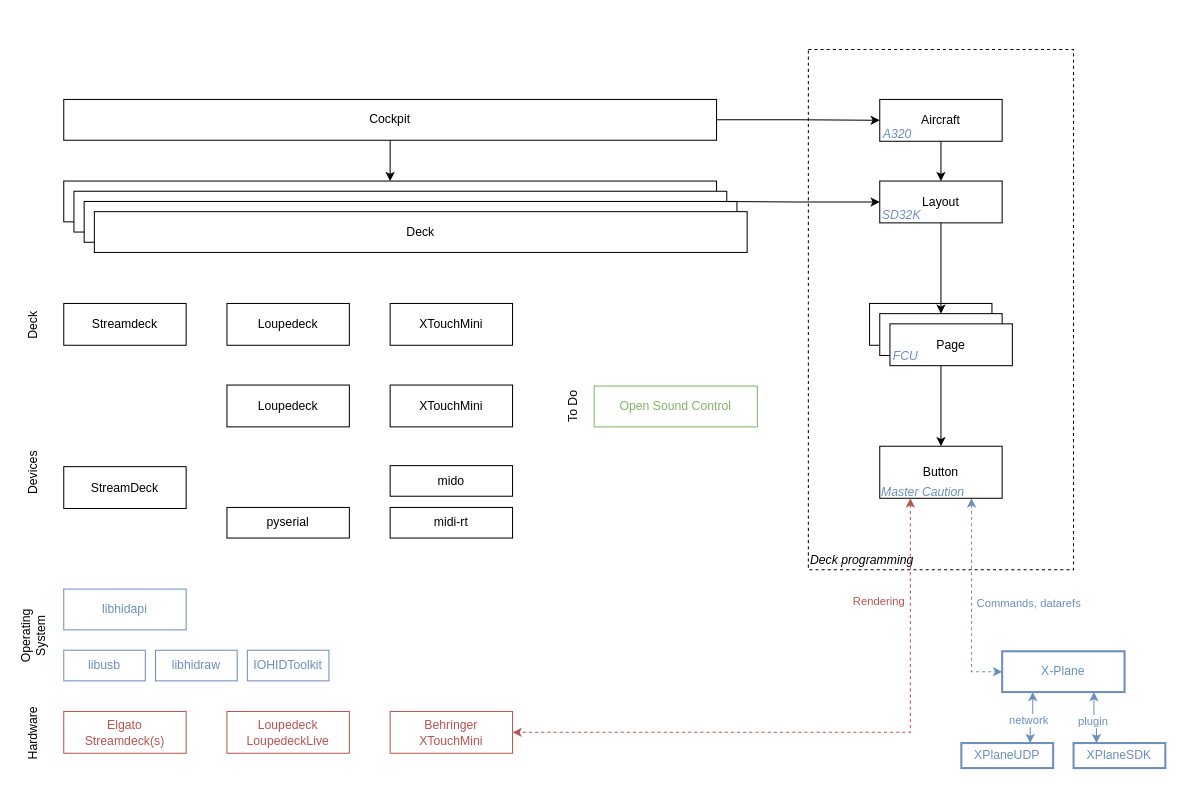
Above: docs/cockpitdecks.drawio in devleaks/cockpitdecks (draw.io), before the change. Source tidied: cells renumbered, new cells numbered last; positions are measured from the earlier drawing's top-left corner, leaving out a move shared by most shapes. Both pictures are drawn from the tidied source at 102%, with x=0, y=0 at pixel (2, 49). Pictures stored in the file or linked from it are replaced by grey dashed boxes.
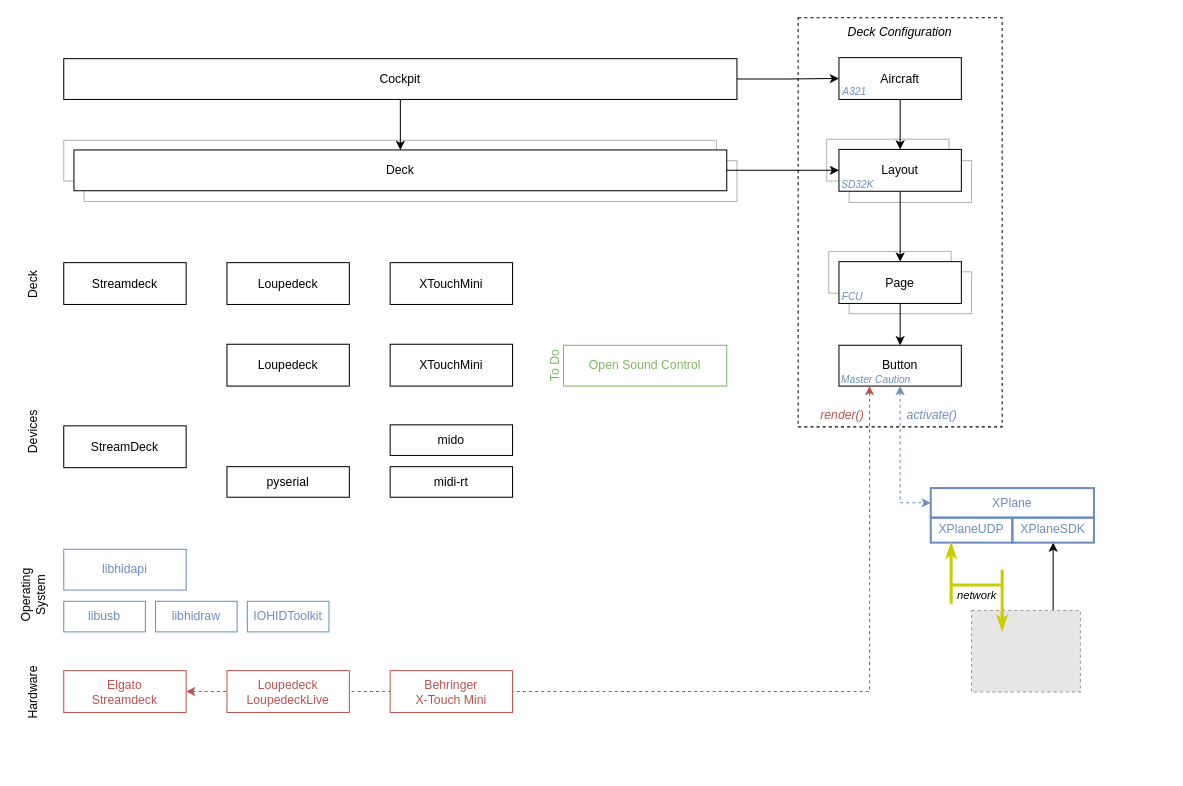
After the change.

The edit, as a diff of the source:
```diff
@@
-    <mxCell id="2" value="Deck programming" style="rounded=0;whiteSpace=wrap;html=1;strokeColor=#000000;fontColor=#000000;fillColor=none;dashed=1;strokeWidth=1;verticalAlign=bottom;align=left;fontStyle=2;" parent="1" vertex="1">
-      <mxGeometry x="790" width="260" height="510" as="geometry" />
+    <mxCell id="2" value="Deck Configuration" style="rounded=0;whiteSpace=wrap;html=1;strokeColor=#000000;fontColor=#000000;fillColor=none;dashed=1;strokeWidth=1;verticalAlign=top;align=center;fontStyle=2;" parent="1" vertex="1">
+      <mxGeometry x="780" y="-31" width="200" height="401" as="geometry" />
     </mxCell>
+    <mxCell id="57" style="rounded=0;whiteSpace=wrap;html=1;strokeColor=#B3B3B3;" parent="1" vertex="1">
+      <mxGeometry x="830" y="109" width="120" height="41" as="geometry" />
+    </mxCell>
+    <mxCell id="27" style="rounded=0;whiteSpace=wrap;html=1;strokeColor=#B3B3B3;" parent="1" vertex="1">
+      <mxGeometry x="830" y="218" width="120" height="41" as="geometry" />
+    </mxCell>
+    <mxCell id="58" style="rounded=0;whiteSpace=wrap;html=1;strokeColor=#B3B3B3;" parent="1" vertex="1">
+      <mxGeometry x="808" y="88" width="120" height="41" as="geometry" />
+    </mxCell>
     <mxCell id="3" value="libhidapi" style="rounded=0;whiteSpace=wrap;html=1;fillColor=none;strokeColor=#6c8ebf;fontColor=#6C8EBF;" parent="1" vertex="1">
-      <mxGeometry x="60" y="529" width="120" height="40" as="geometry" />
+      <mxGeometry x="60" y="490" width="120" height="40" as="geometry" />
     </mxCell>
     <mxCell id="4" value="libusb" style="rounded=0;whiteSpace=wrap;html=1;fillColor=none;strokeColor=#6c8ebf;fontColor=#6C8EBF;" parent="1" vertex="1">
-      <mxGeometry x="60" y="589" width="80" height="30" as="geometry" />
+      <mxGeometry x="60" y="541" width="80" height="30" as="geometry" />
     </mxCell>
     <mxCell id="5" value="IOHIDToolkit" style="rounded=0;whiteSpace=wrap;html=1;fillColor=none;strokeColor=#6c8ebf;fontColor=#6C8EBF;" parent="1" vertex="1">
-      <mxGeometry x="240" y="589" width="80" height="30" as="geometry" />
+      <mxGeometry x="240" y="541" width="80" height="30" as="geometry" />
     </mxCell>
     <mxCell id="6" value="midi-rt" style="rounded=0;whiteSpace=wrap;html=1;" parent="1" vertex="1">
-      <mxGeometry x="380" y="449" width="120" height="30" as="geometry" />
+      <mxGeometry x="380" y="409" width="120" height="30" as="geometry" />
     </mxCell>
     <mxCell id="7" value="mido" style="rounded=0;whiteSpace=wrap;html=1;" parent="1" vertex="1">
-      <mxGeometry x="380" y="408" width="120" height="30" as="geometry" />
+      <mxGeometry x="380" y="368" width="120" height="30" as="geometry" />
     </mxCell>
     <mxCell id="8" value="StreamDeck" style="rounded=0;whiteSpace=wrap;html=1;" parent="1" vertex="1">
-      <mxGeometry x="60" y="409" width="120" height="41" as="geometry" />
+      <mxGeometry x="60" y="369" width="120" height="41" as="geometry" />
     </mxCell>
     <mxCell id="9" value="XTouchMini" style="rounded=0;whiteSpace=wrap;html=1;" parent="1" vertex="1">
-      <mxGeometry x="380" y="329" width="120" height="41" as="geometry" />
+      <mxGeometry x="380" y="289" width="120" height="41" as="geometry" />
     </mxCell>
     <mxCell id="10" value="pyserial" style="rounded=0;whiteSpace=wrap;html=1;" parent="1" vertex="1">
-      <mxGeometry x="220" y="449" width="120" height="30" as="geometry" />
+      <mxGeometry x="220" y="409" width="120" height="30" as="geometry" />
     </mxCell>
     <mxCell id="11" value="Loupedeck" style="rounded=0;whiteSpace=wrap;html=1;" parent="1" vertex="1">
-      <mxGeometry x="220" y="329" width="120" height="41" as="geometry" />
+      <mxGeometry x="220" y="289" width="120" height="41" as="geometry" />
     </mxCell>
     <mxCell id="12" value="libhidraw" style="rounded=0;whiteSpace=wrap;html=1;fillColor=none;strokeColor=#6c8ebf;fontColor=#6C8EBF;" parent="1" vertex="1">
-      <mxGeometry x="150" y="589" width="80" height="30" as="geometry" />
+      <mxGeometry x="150" y="541" width="80" height="30" as="geometry" />
     </mxCell>
     <mxCell id="13" value="Streamdeck" style="rounded=0;whiteSpace=wrap;html=1;" parent="1" vertex="1">
-      <mxGeometry x="60" y="249" width="120" height="41" as="geometry" />
+      <mxGeometry x="60" y="209" width="120" height="41" as="geometry" />
     </mxCell>
     <mxCell id="14" value="XTouchMini" style="rounded=0;whiteSpace=wrap;html=1;" parent="1" vertex="1">
-      <mxGeometry x="380" y="249" width="120" height="41" as="geometry" />
+      <mxGeometry x="380" y="209" width="120" height="41" as="geometry" />
     </mxCell>
     <mxCell id="15" value="Loupedeck" style="rounded=0;whiteSpace=wrap;html=1;" parent="1" vertex="1">
-      <mxGeometry x="220" y="249" width="120" height="41" as="geometry" />
+      <mxGeometry x="220" y="209" width="120" height="41" as="geometry" />
     </mxCell>
     <mxCell id="16" value="Devices" style="text;html=1;strokeColor=none;fillColor=none;align=center;verticalAlign=middle;whiteSpace=wrap;rounded=0;rotation=-90;" parent="1" vertex="1">
-      <mxGeometry y="400" width="60" height="30" as="geometry" />
+      <mxGeometry y="360" width="60" height="30" as="geometry" />
     </mxCell>
     <mxCell id="17" value="Deck" style="text;html=1;strokeColor=none;fillColor=none;align=center;verticalAlign=middle;whiteSpace=wrap;rounded=0;rotation=-90;" parent="1" vertex="1">
-      <mxGeometry y="255.5" width="60" height="30" as="geometry" />
+      <mxGeometry y="215.5" width="60" height="30" as="geometry" />
     </mxCell>
-    <mxCell id="18" style="rounded=0;whiteSpace=wrap;html=1;" parent="1" vertex="1">
-      <mxGeometry x="60" y="129" width="640" height="40" as="geometry" />
+    <mxCell id="18" style="rounded=0;whiteSpace=wrap;html=1;strokeColor=#B3B3B3;" parent="1" vertex="1">
+      <mxGeometry x="60" y="89" width="640" height="40" as="geometry" />
     </mxCell>
-    <mxCell id="19" style="rounded=0;whiteSpace=wrap;html=1;" parent="1" vertex="1">
-      <mxGeometry x="850" y="249" width="120" height="41" as="geometry" />
+    <mxCell id="19" style="rounded=0;whiteSpace=wrap;html=1;strokeColor=#B3B3B3;" parent="1" vertex="1">
+      <mxGeometry x="810" y="198" width="120" height="41" as="geometry" />
     </mxCell>
-    <mxCell id="20" style="rounded=0;whiteSpace=wrap;html=1;" parent="1" vertex="1">
-      <mxGeometry x="860" y="259" width="120" height="41" as="geometry" />
-    </mxCell>
-    <mxCell id="21" style="edgeStyle=orthogonalEdgeStyle;rounded=0;jettySize=auto;html=1;entryX=0;entryY=0.5;entryDx=0;entryDy=0;fontColor=#000000;strokeColor=#6C8EBF;startArrow=classic;startFill=1;strokeWidth=1;dashed=1;" parent="1" edge="1" source="25" target="49">
-      <mxGeometry relative="1" as="geometry">
-        <Array as="points">
-          <mxPoint x="950" y="610" />
-        </Array>
-      </mxGeometry>
+    <mxCell id="21" style="edgeStyle=orthogonalEdgeStyle;rounded=0;jettySize=auto;html=1;entryX=0;entryY=0.5;entryDx=0;entryDy=0;fontColor=#000000;strokeColor=#6C8EBF;startArrow=classic;startFill=1;strokeWidth=1;dashed=1;exitX=0.5;exitY=1;exitDx=0;exitDy=0;" parent="1" edge="1" source="25" target="49">
+      <mxGeometry relative="1" as="geometry" />
     </mxCell>
-    <mxCell id="22" value="Commands, datarefs" style="edgeLabel;html=1;align=center;verticalAlign=middle;fontColor=#6C8EBF;" parent="21" vertex="1">
-      <mxGeometry x="0.38" y="2" relative="1" as="geometry">
-        <mxPoint x="53" y="-36" as="offset" />
-      </mxGeometry>
-    </mxCell>
+    <mxCell id="59" value="&lt;span style=&quot;color: rgb(108, 142, 191); font-style: italic;&quot;&gt;activate()&lt;/span&gt;" style="edgeLabel;html=1;align=center;verticalAlign=middle;fontSize=12;" parent="21" vertex="1">
+      <mxGeometry x="-0.22" y="-1" relative="1" as="geometry">
+        <mxPoint x="31" y="-28" as="offset" />
+      </mxGeometry>
+    </mxCell>
-    <mxCell id="23" style="edgeStyle=orthogonalEdgeStyle;rounded=0;jettySize=auto;html=1;exitX=0.25;exitY=1;exitDx=0;exitDy=0;entryX=1;entryY=0.5;entryDx=0;entryDy=0;dashed=1;strokeColor=#B85450;strokeWidth=1;fontColor=#000000;startArrow=classic;startFill=1;" parent="1" edge="1" source="25" target="40">
+    <mxCell id="23" style="edgeStyle=orthogonalEdgeStyle;rounded=0;jettySize=auto;html=1;exitX=0.25;exitY=1;exitDx=0;exitDy=0;entryX=1;entryY=0.5;entryDx=0;entryDy=0;dashed=1;strokeColor=#B85450;strokeWidth=1;fontColor=#000000;startArrow=classic;startFill=1;" parent="1" edge="1" source="25" target="38">
       <mxGeometry relative="1" as="geometry" />
     </mxCell>
-    <mxCell id="24" value="Rendering" style="edgeLabel;html=1;align=center;verticalAlign=middle;fontColor=#B85450;" parent="23" vertex="1">
+    <mxCell id="24" value="render()" style="edgeLabel;html=1;align=center;verticalAlign=middle;fontColor=#B85450;fontSize=12;fontStyle=2;" parent="23" vertex="1">
       <mxGeometry x="0.51" y="-1" relative="1" as="geometry">
-        <mxPoint x="207" y="-128" as="offset" />
+        <mxPoint x="405" y="-270" as="offset" />
       </mxGeometry>
     </mxCell>
     <mxCell id="25" value="Button" style="rounded=0;whiteSpace=wrap;html=1;" parent="1" vertex="1">
-      <mxGeometry x="860" y="389" width="120" height="51" as="geometry" />
+      <mxGeometry x="820" y="290" width="120" height="40" as="geometry" />
     </mxCell>
@@
-    <mxCell id="27" value="Page" style="rounded=0;whiteSpace=wrap;html=1;" parent="1" vertex="1">
-      <mxGeometry x="870" y="269" width="120" height="41" as="geometry" />
-    </mxCell>
@@
     <mxCell id="29" value="Layout" style="rounded=0;whiteSpace=wrap;html=1;" parent="1" vertex="1">
-      <mxGeometry x="860" y="129" width="120" height="41" as="geometry" />
+      <mxGeometry x="820" y="98" width="120" height="41" as="geometry" />
     </mxCell>
@@
     <mxCell id="31" value="Aircraft" style="rounded=0;whiteSpace=wrap;html=1;" parent="1" vertex="1">
-      <mxGeometry x="860" y="49" width="120" height="41" as="geometry" />
+      <mxGeometry x="820" y="8" width="120" height="41" as="geometry" />
     </mxCell>
-    <mxCell id="32" style="rounded=0;whiteSpace=wrap;html=1;" parent="1" vertex="1">
-      <mxGeometry x="70" y="139" width="640" height="40" as="geometry" />
-    </mxCell>
-    <mxCell id="33" style="rounded=0;whiteSpace=wrap;html=1;" parent="1" vertex="1">
-      <mxGeometry x="80" y="149" width="640" height="40" as="geometry" />
+    <mxCell id="33" style="rounded=0;whiteSpace=wrap;html=1;strokeColor=#B3B3B3;" parent="1" vertex="1">
+      <mxGeometry x="80" y="109" width="640" height="40" as="geometry" />
     </mxCell>
-    <mxCell id="34" value="Deck" style="rounded=0;whiteSpace=wrap;html=1;" parent="1" vertex="1">
-      <mxGeometry x="90" y="159" width="640" height="40" as="geometry" />
-    </mxCell>
@@
-    <mxCell id="36" style="edgeStyle=orthogonalEdgeStyle;rounded=0;jettySize=auto;html=1;entryX=0.5;entryY=0;entryDx=0;entryDy=0;strokeColor=#000000;strokeWidth=1;fontColor=#000000;startArrow=none;startFill=0;" parent="1" edge="1" source="37" target="18">
+    <mxCell id="36" style="edgeStyle=orthogonalEdgeStyle;rounded=0;jettySize=auto;html=1;entryX=0.5;entryY=0;entryDx=0;entryDy=0;strokeColor=#000000;strokeWidth=1;fontColor=#000000;startArrow=none;startFill=0;" parent="1" edge="1" source="37" target="32">
       <mxGeometry relative="1" as="geometry" />
     </mxCell>
     <mxCell id="37" value="Cockpit" style="rounded=0;whiteSpace=wrap;html=1;" parent="1" vertex="1">
-      <mxGeometry x="60" y="49" width="640" height="40" as="geometry" />
+      <mxGeometry x="60" y="9" width="660" height="40" as="geometry" />
     </mxCell>
-    <mxCell id="38" value="Elgato&lt;br&gt;Streamdeck(s)" style="rounded=0;whiteSpace=wrap;html=1;fillColor=none;strokeColor=#B85450;fontColor=#B85450;" parent="1" vertex="1">
-      <mxGeometry x="60" y="649" width="120" height="41" as="geometry" />
+    <mxCell id="38" value="Elgato&lt;br&gt;Streamdeck" style="rounded=0;whiteSpace=wrap;html=1;fillColor=none;strokeColor=#B85450;fontColor=#B85450;" parent="1" vertex="1">
+      <mxGeometry x="60" y="609" width="120" height="41" as="geometry" />
     </mxCell>
-    <mxCell id="39" value="Loupedeck&lt;br&gt;LoupedeckLive" style="rounded=0;whiteSpace=wrap;html=1;fillColor=none;strokeColor=#B85450;fontColor=#B85450;" parent="1" vertex="1">
-      <mxGeometry x="220" y="649" width="120" height="41" as="geometry" />
-    </mxCell>
-    <mxCell id="40" value="Behringer&lt;br&gt;XTouchMini" style="rounded=0;whiteSpace=wrap;html=1;fillColor=none;strokeColor=#B85450;fontColor=#B85450;" parent="1" vertex="1">
-      <mxGeometry x="380" y="649" width="120" height="41" as="geometry" />
-    </mxCell>
     <mxCell id="41" value="Hardware" style="text;html=1;strokeColor=none;fillColor=none;align=center;verticalAlign=middle;whiteSpace=wrap;rounded=0;rotation=-90;" parent="1" vertex="1">
-      <mxGeometry y="655.5" width="60" height="30" as="geometry" />
+      <mxGeometry y="615.5" width="60" height="30" as="geometry" />
     </mxCell>
     <mxCell id="42" value="Operating System" style="text;html=1;strokeColor=none;fillColor=none;align=center;verticalAlign=middle;whiteSpace=wrap;rounded=0;rotation=-90;" parent="1" vertex="1">
-      <mxGeometry y="560" width="60" height="30" as="geometry" />
+      <mxGeometry y="520" width="60" height="30" as="geometry" />
     </mxCell>
     <mxCell id="43" value="Open Sound Control" style="rounded=0;whiteSpace=wrap;html=1;fillColor=none;strokeColor=#82B366;fontColor=#82B366;" parent="1" vertex="1">
-      <mxGeometry x="580" y="330" width="160" height="40" as="geometry" />
+      <mxGeometry x="550" y="290" width="160" height="40" as="geometry" />
     </mxCell>
-    <mxCell id="44" value="To Do" style="text;html=1;strokeColor=none;fillColor=none;align=center;verticalAlign=middle;whiteSpace=wrap;rounded=0;rotation=-90;" parent="1" vertex="1">
-      <mxGeometry x="530" y="335" width="60" height="30" as="geometry" />
+    <mxCell id="44" value="To Do" style="text;html=1;strokeColor=none;fillColor=none;align=center;verticalAlign=middle;whiteSpace=wrap;rounded=0;rotation=-90;fontColor=#82B366;" parent="1" vertex="1">
+      <mxGeometry x="512" y="295" width="60" height="30" as="geometry" />
     </mxCell>
-    <mxCell id="45" style="edgeStyle=orthogonalEdgeStyle;rounded=0;jettySize=auto;html=1;exitX=0.25;exitY=1;exitDx=0;exitDy=0;entryX=0.75;entryY=0;entryDx=0;entryDy=0;startArrow=classic;startFill=1;strokeColor=#6C8EBF;" parent="1" edge="1" source="49" target="51">
-      <mxGeometry relative="1" as="geometry" />
-    </mxCell>
-    <mxCell id="46" value="network" style="edgeLabel;html=1;align=center;verticalAlign=middle;fontColor=#6C8EBF;" parent="45" vertex="1">
-      <mxGeometry x="0.12" y="-2" relative="1" as="geometry">
-        <mxPoint y="1" as="offset" />
-      </mxGeometry>
-    </mxCell>
-    <mxCell id="47" style="edgeStyle=orthogonalEdgeStyle;rounded=0;jettySize=auto;html=1;exitX=0.75;exitY=1;exitDx=0;exitDy=0;entryX=0.25;entryY=0;entryDx=0;entryDy=0;startArrow=classic;startFill=1;strokeColor=#6C8EBF;" parent="1" edge="1" source="49" target="52">
-      <mxGeometry relative="1" as="geometry" />
-    </mxCell>
-    <mxCell id="48" value="plugin" style="edgeLabel;html=1;align=center;verticalAlign=middle;fontColor=#6C8EBF;" parent="47" vertex="1">
-      <mxGeometry x="-0.05" y="-4" relative="1" as="geometry">
-        <mxPoint x="-2" y="-1" as="offset" />
-      </mxGeometry>
-    </mxCell>
-    <mxCell id="49" value="X-Plane" style="rounded=0;whiteSpace=wrap;html=1;fillColor=none;strokeColor=#6c8ebf;fontColor=#6C8EBF;strokeWidth=2;" parent="1" vertex="1">
-      <mxGeometry x="980" y="590" width="120" height="40" as="geometry" />
+    <mxCell id="49" value="XPlane" style="rounded=0;whiteSpace=wrap;html=1;fillColor=none;strokeColor=#6c8ebf;fontColor=#6C8EBF;strokeWidth=2;" parent="1" vertex="1">
+      <mxGeometry x="910" y="430" width="160" height="29" as="geometry" />
     </mxCell>
-    <mxCell id="50" style="edgeStyle=orthogonalEdgeStyle;rounded=0;jettySize=auto;html=1;entryX=1;entryY=0.5;entryDx=0;entryDy=0;strokeColor=#000000;strokeWidth=1;fontColor=#000000;startArrow=classic;startFill=1;endArrow=none;endFill=0;" parent="1" edge="1" source="29" target="18">
+    <mxCell id="50" style="edgeStyle=orthogonalEdgeStyle;rounded=0;jettySize=auto;html=1;entryX=1;entryY=0.5;entryDx=0;entryDy=0;strokeColor=#000000;strokeWidth=1;fontColor=#000000;startArrow=classic;startFill=1;endArrow=none;endFill=0;" parent="1" edge="1" source="29" target="32">
       <mxGeometry relative="1" as="geometry" />
     </mxCell>
     <mxCell id="51" value="XPlaneUDP" style="rounded=0;whiteSpace=wrap;html=1;fillColor=none;strokeColor=#6c8ebf;fontColor=#6C8EBF;strokeWidth=2;" parent="1" vertex="1">
-      <mxGeometry x="940" y="680" width="90" height="24.5" as="geometry" />
+      <mxGeometry x="910" y="459" width="80" height="24.5" as="geometry" />
     </mxCell>
+    <mxCell id="60" style="edgeStyle=orthogonalEdgeStyle;rounded=0;jettySize=auto;html=1;exitX=0.5;exitY=1;exitDx=0;exitDy=0;entryX=0.75;entryY=0;entryDx=0;entryDy=0;startArrow=classic;startFill=1;" parent="1" edge="1" source="52">
+      <mxGeometry relative="1" as="geometry">
+        <mxPoint x="1030" y="570" as="targetPoint" />
+      </mxGeometry>
+    </mxCell>
     <mxCell id="52" value="XPlaneSDK" style="rounded=0;whiteSpace=wrap;html=1;fillColor=none;strokeColor=#6c8ebf;fontColor=#6C8EBF;strokeWidth=2;" parent="1" vertex="1">
-      <mxGeometry x="1050" y="680" width="90" height="24.5" as="geometry" />
+      <mxGeometry x="990" y="459" width="80" height="24.5" as="geometry" />
     </mxCell>
-    <mxCell id="53" value="A320" style="text;html=1;align=center;verticalAlign=middle;strokeColor=none;fillColor=none;fontStyle=2;fontColor=#6C8EBF;" parent="1" vertex="1">
-      <mxGeometry x="852" y="68" width="50" height="30" as="geometry" />
+    <mxCell id="53" value="A321" style="text;html=1;align=center;verticalAlign=middle;strokeColor=none;fillColor=none;fontStyle=2;fontColor=#6C8EBF;fontSize=10;" parent="1" vertex="1">
+      <mxGeometry x="810" y="26" width="50" height="30" as="geometry" />
     </mxCell>
-    <mxCell id="54" value="SD32K" style="text;html=1;align=center;verticalAlign=middle;strokeColor=none;fillColor=none;fontStyle=2;fontColor=#6C8EBF;" parent="1" vertex="1">
-      <mxGeometry x="851" y="148" width="60" height="30" as="geometry" />
+    <mxCell id="54" value="SD32K" style="text;html=1;align=center;verticalAlign=middle;strokeColor=none;fillColor=none;fontStyle=2;fontColor=#6C8EBF;fontSize=10;" parent="1" vertex="1">
+      <mxGeometry x="808" y="117" width="60" height="30" as="geometry" />
     </mxCell>
+    <mxCell id="56" value="Master Caution" style="text;html=1;align=center;verticalAlign=middle;strokeColor=none;fillColor=none;fontStyle=2;fontColor=#6C8EBF;fontSize=10;" parent="1" vertex="1">
+      <mxGeometry x="811" y="308" width="90" height="30" as="geometry" />
+    </mxCell>
+    <mxCell id="61" style="fillColor=#E6E6E6;strokeColor=#999999;dashed=1;verticalLabelPosition=bottom;labelBackgroundColor=default;verticalAlign=top;" parent="1" vertex="1">
+      <mxGeometry x="950" y="550" width="106.7" height="80" as="geometry" />
+    </mxCell>
+    <mxCell id="62" style="endArrow=classicThin;html=1;rounded=0;strokeColor=#CCCC00;strokeWidth=3;startArrow=none;startFill=0;endFill=1;" parent="1" edge="1">
+      <mxGeometry relative="1" as="geometry">
+        <mxPoint x="930" y="543.5" as="sourcePoint" />
+        <mxPoint x="930" y="483.5" as="targetPoint" />
+      </mxGeometry>
+    </mxCell>
+    <mxCell id="63" style="endArrow=none;html=1;rounded=0;strokeColor=#CCCC00;strokeWidth=3;endFill=0;startArrow=classicThin;startFill=1;" parent="1" edge="1">
+      <mxGeometry relative="1" as="geometry">
+        <mxPoint x="980" y="570" as="sourcePoint" />
+        <mxPoint x="980" y="510" as="targetPoint" />
+      </mxGeometry>
+    </mxCell>
+    <mxCell id="64" style="endArrow=none;html=1;rounded=0;strokeColor=#CCCC00;strokeWidth=3;" parent="1" edge="1">
+      <mxGeometry relative="1" as="geometry">
+        <mxPoint x="980" y="525" as="sourcePoint" />
+        <mxPoint x="930" y="525" as="targetPoint" />
+      </mxGeometry>
+    </mxCell>
+    <mxCell id="46" value="network" style="edgeLabel;html=1;align=center;verticalAlign=middle;fontStyle=2;" parent="64" vertex="1">
+      <mxGeometry x="0.15" y="-2" relative="1" as="geometry">
+        <mxPoint x="3" y="11" as="offset" />
+      </mxGeometry>
+    </mxCell>
+    <mxCell id="39" value="Loupedeck&lt;br&gt;LoupedeckLive" style="rounded=0;whiteSpace=wrap;html=1;fillColor=default;strokeColor=#B85450;fontColor=#B85450;" parent="1" vertex="1">
+      <mxGeometry x="220" y="609" width="120" height="41" as="geometry" />
+    </mxCell>
+    <mxCell id="40" value="Behringer&lt;br&gt;X-Touch Mini" style="rounded=0;whiteSpace=wrap;html=1;fillColor=default;strokeColor=#B85450;fontColor=#B85450;" parent="1" vertex="1">
+      <mxGeometry x="380" y="609" width="120" height="41" as="geometry" />
+    </mxCell>
+    <mxCell id="20" value="Page" style="rounded=0;whiteSpace=wrap;html=1;" parent="1" vertex="1">
+      <mxGeometry x="820" y="208" width="120" height="41" as="geometry" />
+    </mxCell>
-    <mxCell id="55" value="FCU" style="text;html=1;align=center;verticalAlign=middle;strokeColor=none;fillColor=none;fontStyle=2;fontColor=#6C8EBF;" parent="1" vertex="1">
-      <mxGeometry x="860" y="285.5" width="50" height="30" as="geometry" />
+    <mxCell id="55" value="FCU" style="text;html=1;align=center;verticalAlign=middle;strokeColor=none;fillColor=none;fontStyle=2;fontColor=#6C8EBF;fontSize=10;" parent="1" vertex="1">
+      <mxGeometry x="813" y="226.5" width="40" height="30" as="geometry" />
     </mxCell>
-    <mxCell id="56" value="Master Caution" style="text;html=1;align=center;verticalAlign=middle;strokeColor=none;fillColor=none;fontStyle=2;fontColor=#6C8EBF;" parent="1" vertex="1">
-      <mxGeometry x="852" y="419" width="100" height="30" as="geometry" />
-    </mxCell>
+    <mxCell id="32" value="Deck" style="rounded=0;whiteSpace=wrap;html=1;strokeColor=default;" parent="1" vertex="1">
+      <mxGeometry x="70" y="98.5" width="640" height="40" as="geometry" />
+    </mxCell>
```
